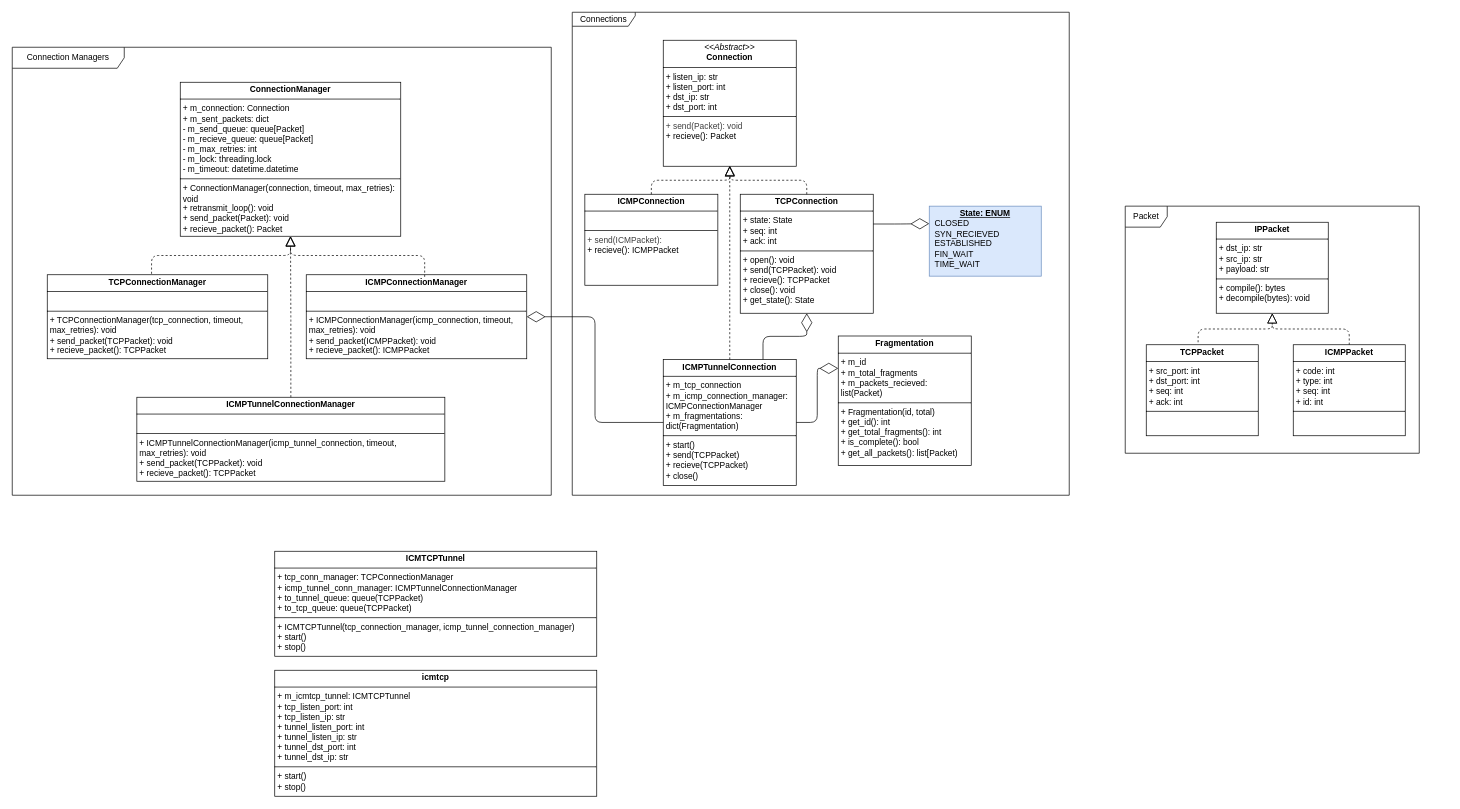
Above: uml.drawio in DaniMeijler/icmtcp (draw.io), before the change. Source tidied: cells renumbered, new cells numbered last; positions are measured from the earlier drawing's top-left corner, leaving out a move shared by most shapes. Both pictures are drawn from the tidied source at 70%, with x=0, y=0 at pixel (12, 12).
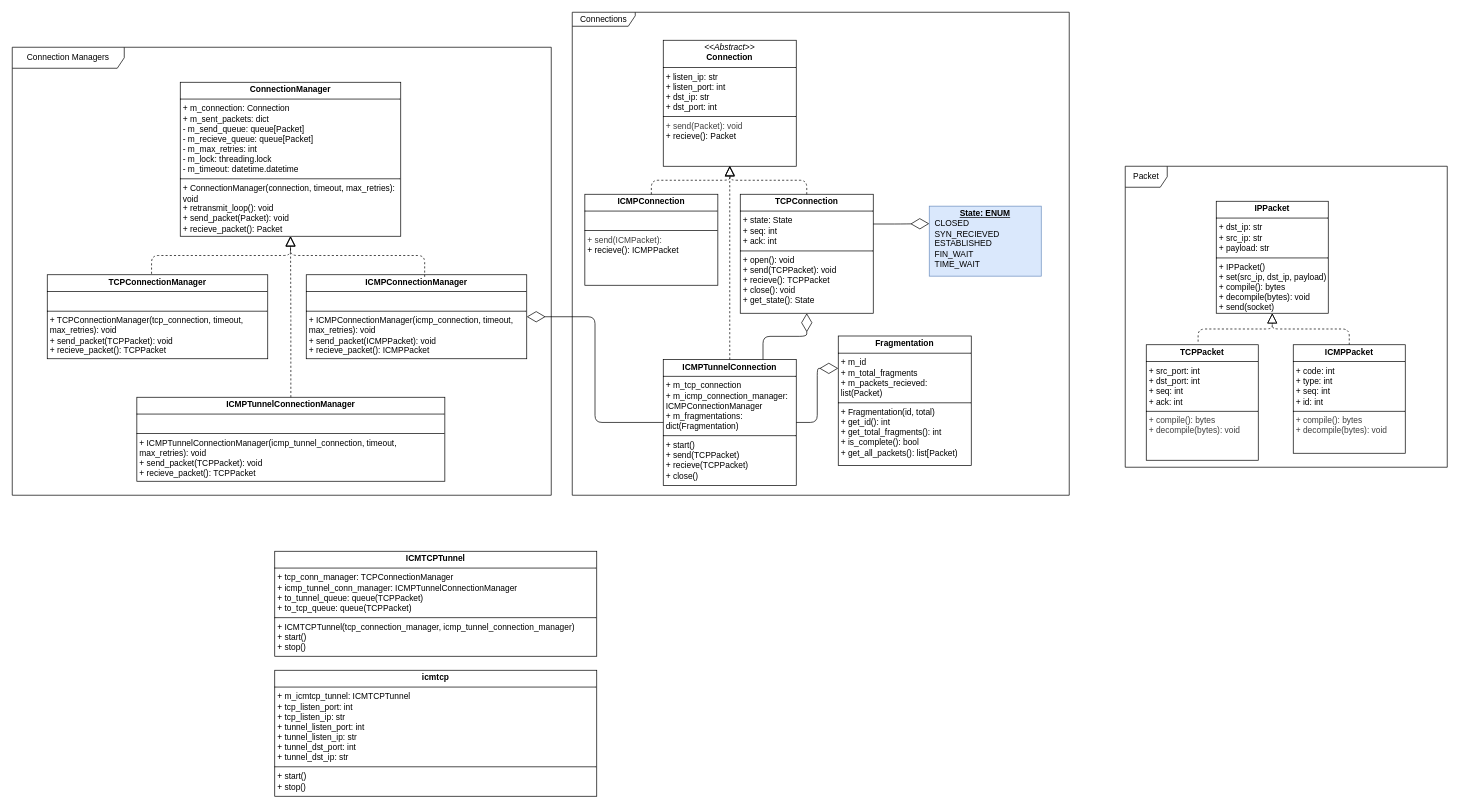
Above is the later version.

Commit message (it also covers changes not shown here):
created basic ippacket class

The edit, as a diff of the source:
```diff
@@
-    <mxCell id="26" value="&lt;p style=&quot;margin:0px;margin-top:4px;text-align:center;&quot;&gt;&lt;b&gt;IPPacket&lt;/b&gt;&lt;/p&gt;&lt;hr size=&quot;1&quot; style=&quot;border-style:solid;&quot;&gt;&lt;p style=&quot;margin:0px;margin-left:4px;&quot;&gt;+ dst_ip: str&lt;/p&gt;&lt;p style=&quot;margin:0px;margin-left:4px;&quot;&gt;+ src_ip: str&lt;/p&gt;&lt;p style=&quot;margin:0px;margin-left:4px;&quot;&gt;+ payload: str&lt;/p&gt;&lt;hr size=&quot;1&quot; style=&quot;border-style:solid;&quot;&gt;&lt;p style=&quot;margin:0px;margin-left:4px;&quot;&gt;+ compile(): bytes&lt;/p&gt;&lt;p style=&quot;margin:0px;margin-left:4px;&quot;&gt;+ decompile(bytes): void&lt;/p&gt;" style="verticalAlign=top;align=left;overflow=fill;html=1;whiteSpace=wrap;" parent="1" vertex="1">
-      <mxGeometry x="1720" y="300" width="160" height="130" as="geometry" />
+    <mxCell id="26" value="&lt;p style=&quot;margin:0px;margin-top:4px;text-align:center;&quot;&gt;&lt;b&gt;IPPacket&lt;/b&gt;&lt;/p&gt;&lt;hr size=&quot;1&quot; style=&quot;border-style:solid;&quot;&gt;&lt;p style=&quot;margin:0px;margin-left:4px;&quot;&gt;+ dst_ip: str&lt;/p&gt;&lt;p style=&quot;margin:0px;margin-left:4px;&quot;&gt;+ src_ip: str&lt;/p&gt;&lt;p style=&quot;margin:0px;margin-left:4px;&quot;&gt;+ payload: str&lt;/p&gt;&lt;hr size=&quot;1&quot; style=&quot;border-style:solid;&quot;&gt;&lt;p style=&quot;margin:0px;margin-left:4px;&quot;&gt;+ IPPacket()&lt;/p&gt;&lt;p style=&quot;margin:0px;margin-left:4px;&quot;&gt;+ set(src_ip, dst_ip, payload)&lt;/p&gt;&lt;p style=&quot;margin:0px;margin-left:4px;&quot;&gt;+ compile(): bytes&lt;/p&gt;&lt;p style=&quot;margin:0px;margin-left:4px;&quot;&gt;+ decompile(bytes): void&lt;/p&gt;&lt;p style=&quot;margin:0px;margin-left:4px;&quot;&gt;+ send(socket)&lt;/p&gt;&lt;p style=&quot;margin:0px;margin-left:4px;&quot;&gt;&lt;br&gt;&lt;/p&gt;" style="verticalAlign=top;align=left;overflow=fill;html=1;whiteSpace=wrap;" parent="1" vertex="1">
+      <mxGeometry x="1720" y="270" width="160" height="160" as="geometry" />
     </mxCell>
-    <mxCell id="27" value="&lt;p style=&quot;margin:0px;margin-top:4px;text-align:center;&quot;&gt;&lt;b&gt;TCPPacket&lt;/b&gt;&lt;/p&gt;&lt;hr size=&quot;1&quot; style=&quot;border-style:solid;&quot;&gt;&lt;p style=&quot;margin:0px;margin-left:4px;&quot;&gt;+ src_port: int&lt;/p&gt;&lt;p style=&quot;margin:0px;margin-left:4px;&quot;&gt;+ dst_port: int&lt;/p&gt;&lt;p style=&quot;margin:0px;margin-left:4px;&quot;&gt;+ seq: int&lt;/p&gt;&lt;p style=&quot;margin:0px;margin-left:4px;&quot;&gt;+ ack: int&lt;/p&gt;&lt;hr size=&quot;1&quot; style=&quot;border-style:solid;&quot;&gt;&lt;p style=&quot;margin:0px;margin-left:4px;&quot;&gt;&lt;br&gt;&lt;/p&gt;" style="verticalAlign=top;align=left;overflow=fill;html=1;whiteSpace=wrap;" parent="1" vertex="1">
-      <mxGeometry x="1620" y="475" width="160" height="130" as="geometry" />
+    <mxCell id="27" value="&lt;p style=&quot;margin:0px;margin-top:4px;text-align:center;&quot;&gt;&lt;b&gt;TCPPacket&lt;/b&gt;&lt;/p&gt;&lt;hr size=&quot;1&quot; style=&quot;border-style:solid;&quot;&gt;&lt;p style=&quot;margin:0px;margin-left:4px;&quot;&gt;+ src_port: int&lt;/p&gt;&lt;p style=&quot;margin:0px;margin-left:4px;&quot;&gt;+ dst_port: int&lt;/p&gt;&lt;p style=&quot;margin:0px;margin-left:4px;&quot;&gt;+ seq: int&lt;/p&gt;&lt;p style=&quot;margin:0px;margin-left:4px;&quot;&gt;+ ack: int&lt;/p&gt;&lt;hr size=&quot;1&quot; style=&quot;border-style:solid;&quot;&gt;&lt;p style=&quot;color: rgb(63, 63, 63); scrollbar-color: rgb(226, 226, 226) rgb(251, 251, 251); margin: 0px 0px 0px 4px;&quot;&gt;&lt;span style=&quot;background-color: transparent;&quot;&gt;+ compile(): bytes&lt;/span&gt;&lt;/p&gt;&lt;p style=&quot;color: rgb(63, 63, 63); scrollbar-color: rgb(226, 226, 226) rgb(251, 251, 251); margin: 0px 0px 0px 4px;&quot;&gt;+ decompile(bytes): void&lt;/p&gt;" style="verticalAlign=top;align=left;overflow=fill;html=1;whiteSpace=wrap;" parent="1" vertex="1">
+      <mxGeometry x="1620" y="475" width="160" height="165" as="geometry" />
     </mxCell>
-    <mxCell id="28" value="&lt;p style=&quot;margin:0px;margin-top:4px;text-align:center;&quot;&gt;&lt;b&gt;ICMPPacket&lt;/b&gt;&lt;/p&gt;&lt;hr size=&quot;1&quot; style=&quot;border-style:solid;&quot;&gt;&lt;p style=&quot;margin:0px;margin-left:4px;&quot;&gt;+ code: int&lt;/p&gt;&lt;p style=&quot;margin:0px;margin-left:4px;&quot;&gt;+ type: int&lt;/p&gt;&lt;p style=&quot;margin:0px;margin-left:4px;&quot;&gt;+ seq: int&lt;/p&gt;&lt;p style=&quot;margin:0px;margin-left:4px;&quot;&gt;+ id: int&lt;/p&gt;&lt;hr size=&quot;1&quot; style=&quot;border-style:solid;&quot;&gt;&lt;p style=&quot;margin:0px;margin-left:4px;&quot;&gt;&lt;br&gt;&lt;/p&gt;" style="verticalAlign=top;align=left;overflow=fill;html=1;whiteSpace=wrap;" parent="1" vertex="1">
-      <mxGeometry x="1830" y="475" width="160" height="130" as="geometry" />
+    <mxCell id="28" value="&lt;p style=&quot;margin:0px;margin-top:4px;text-align:center;&quot;&gt;&lt;b&gt;ICMPPacket&lt;/b&gt;&lt;/p&gt;&lt;hr size=&quot;1&quot; style=&quot;border-style:solid;&quot;&gt;&lt;p style=&quot;margin:0px;margin-left:4px;&quot;&gt;+ code: int&lt;/p&gt;&lt;p style=&quot;margin:0px;margin-left:4px;&quot;&gt;+ type: int&lt;/p&gt;&lt;p style=&quot;margin:0px;margin-left:4px;&quot;&gt;+ seq: int&lt;/p&gt;&lt;p style=&quot;margin:0px;margin-left:4px;&quot;&gt;+ id: int&lt;/p&gt;&lt;hr size=&quot;1&quot; style=&quot;border-style:solid;&quot;&gt;&lt;p style=&quot;color: rgb(63, 63, 63); scrollbar-color: rgb(226, 226, 226) rgb(251, 251, 251); margin: 0px 0px 0px 4px;&quot;&gt;&lt;span style=&quot;background-color: transparent;&quot;&gt;+ compile(): bytes&lt;/span&gt;&lt;/p&gt;&lt;p style=&quot;color: rgb(63, 63, 63); scrollbar-color: rgb(226, 226, 226) rgb(251, 251, 251); margin: 0px 0px 0px 4px;&quot;&gt;+ decompile(bytes): void&lt;/p&gt;" style="verticalAlign=top;align=left;overflow=fill;html=1;whiteSpace=wrap;" parent="1" vertex="1">
+      <mxGeometry x="1830" y="475" width="160" height="155" as="geometry" />
     </mxCell>
@@
     <mxCell id="31" value="Packet" style="shape=umlFrame;whiteSpace=wrap;html=1;" parent="1" vertex="1">
-      <mxGeometry x="1590" y="277" width="420" height="353" as="geometry" />
+      <mxGeometry x="1590" y="220" width="460" height="430" as="geometry" />
     </mxCell>
```
